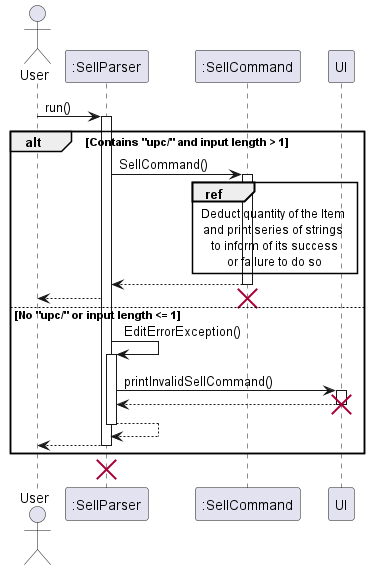
Earlier version of the PlantUML export docs/UML/Sell/SellParser.png (nus-cs2113-AY2223S2/tp).
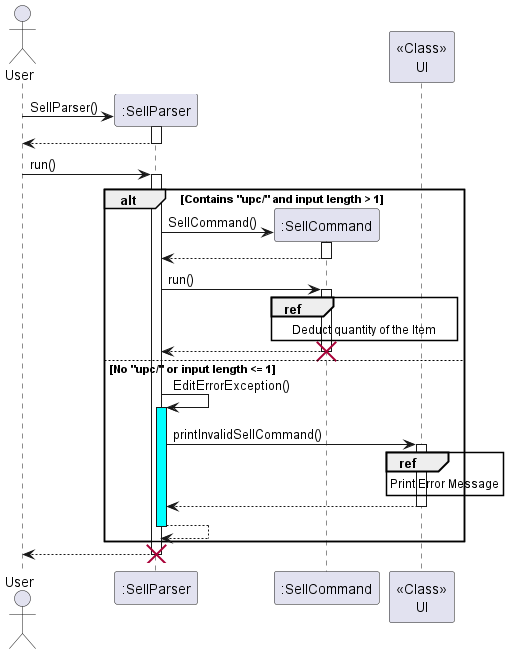
The same file after the commit.

The edit, as a diff of the source:
```diff
@@ -2,31 +2,37 @@
 
 actor User
 participant ":SellParser"
+User -> ":SellParser"**:SellParser()
+activate ":SellParser"
+":SellParser" --> User
+deactivate ":SellParser"
+
 User->":SellParser":run()
 activate ":SellParser"
 
 alt Contains "upc/" and input length > 1
-":SellParser"->":SellCommand": SellCommand()
-activate ":SellCommand"
-ref over ":SellCommand",UI: Deduct quantity of the Item \nand print series of strings \nto inform of its success\nor failure to do so
-":SellCommand"-->":SellParser":
-deactivate ":SellCommand"
+    ":SellParser"->":SellCommand"**: SellCommand()
+    activate ":SellCommand"
+    ":SellCommand" --> ":SellParser"
+    deactivate ":SellCommand"
+    ":SellParser" -> ":SellCommand":run()
+    activate ":SellCommand"
+    ref over ":SellCommand","<<Class>>\nUI": Deduct quantity of the Item
+    ":SellCommand"-->":SellParser":
+    deactivate ":SellCommand"
+    destroy ":SellCommand"
+else No "upc/" or input length <= 1
+    ":SellParser"->":SellParser": EditErrorException()
+    activate ":SellParser" #Cyan
+    ":SellParser"->"<<Class>>\nUI":printInvalidSellCommand()
+    activate "<<Class>>\nUI"
+    ref over "<<Class>>\nUI":Print Error Message
+    "<<Class>>\nUI"-->":SellParser":
+    deactivate "<<Class>>\nUI"
+    ":SellParser"-->":SellParser":
+    deactivate ":SellParser"
+end
 ":SellParser"-->User:
-
-destroy ":SellCommand"
-else No "upc/" or input length <= 1
-":SellParser"->":SellParser": EditErrorException()
-activate ":SellParser"
-":SellParser"->UI:printInvalidSellCommand()
-activate UI
-UI-->":SellParser":
-deactivate UI
-destroy UI
-":SellParser"-->":SellParser":
-deactivate ":SellParser"
-":SellParser"-->User:
-deactivate ":SellParser"
-end
 deactivate ":SellParser"
 destroy ":SellParser"
 @enduml
```
